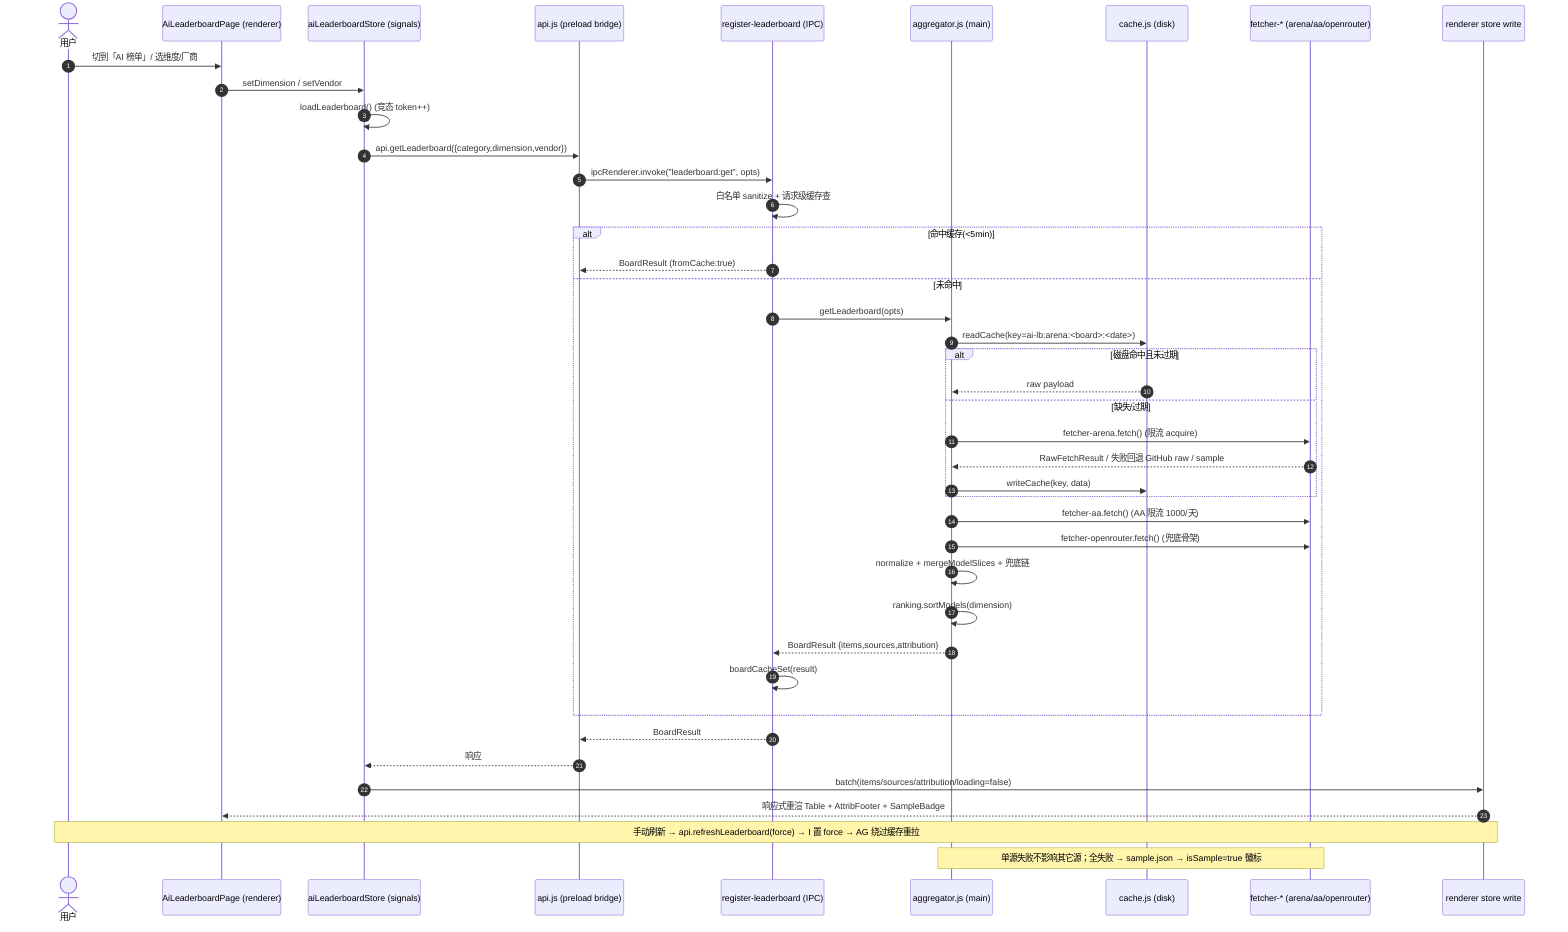
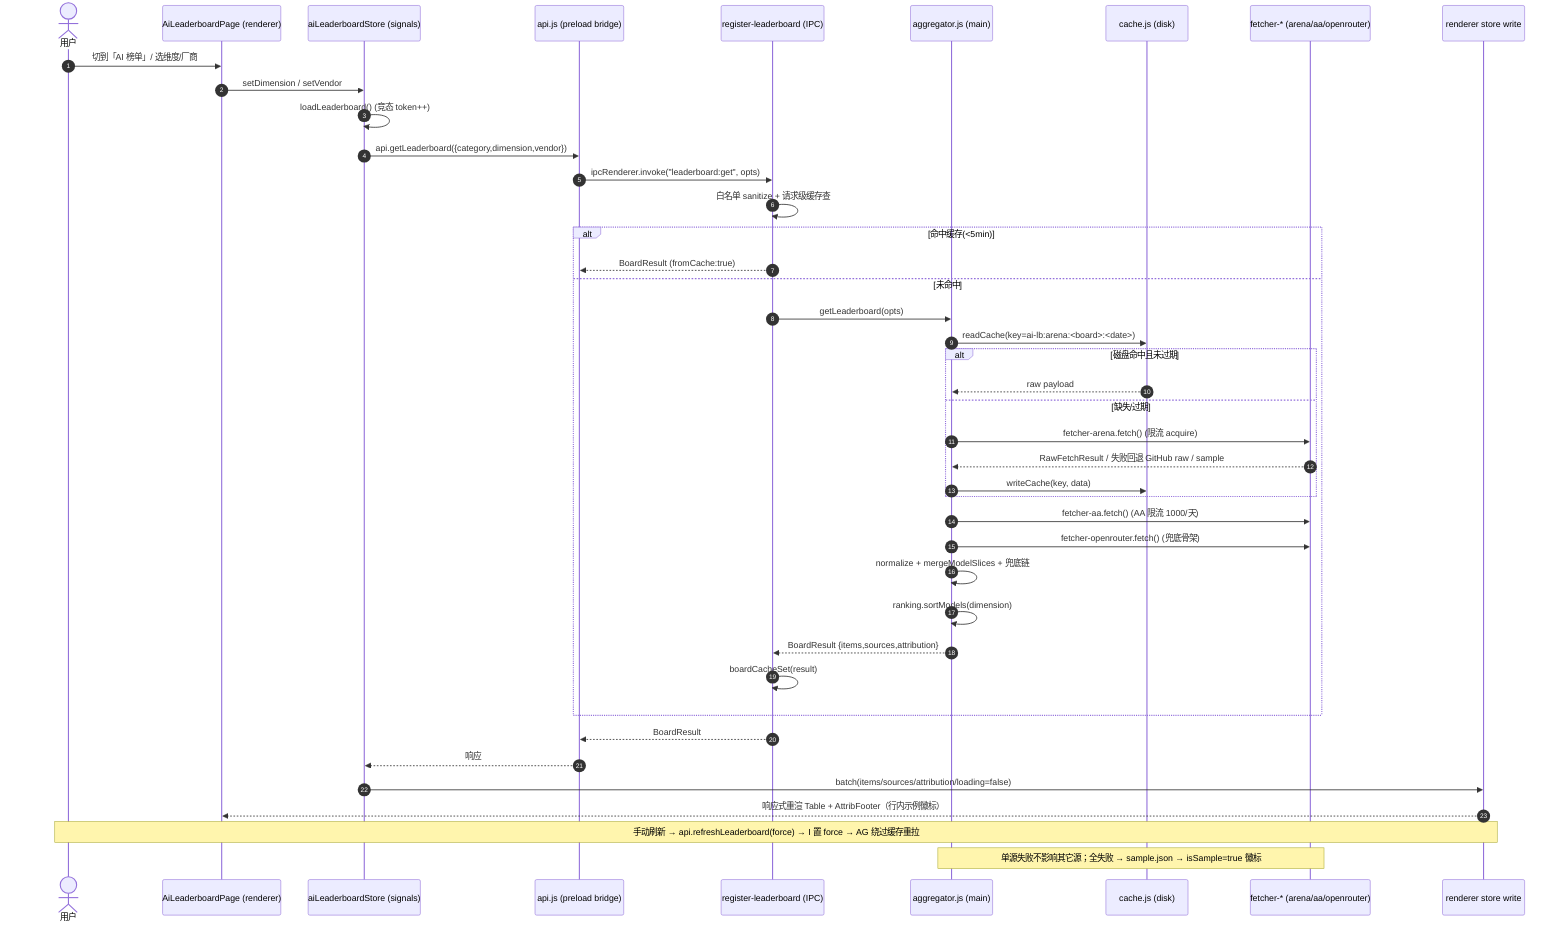
sequenceDiagram
    autonumber
    actor U as 用户
    participant P as AiLeaderboardPage (renderer)
    participant S as aiLeaderboardStore (signals)
    participant A as api.js (preload bridge)
    participant I as register-leaderboard (IPC)
    participant AG as aggregator.js (main)
    participant C as cache.js (disk)
    participant F as fetcher-* (arena/aa/openrouter)
    participant R as renderer store write

    U->>P: 切到「AI 榜单」/ 选维度/厂商
    P->>S: setDimension / setVendor
    S->>S: loadLeaderboard() (竞态 token++)
    S->>A: api.getLeaderboard({category,dimension,vendor})
    A->>I: ipcRenderer.invoke("leaderboard:get", opts)
    I->>I: 白名单 sanitize + 请求级缓存查
    alt 命中缓存(<5min)
        I-->>A: BoardResult (fromCache:true)
    else 未命中
        I->>AG: getLeaderboard(opts)
        AG->>C: readCache(key=ai-lb:arena:<board>:<date>)
        alt 磁盘命中且未过期
            C-->>AG: raw payload
        else 缺失/过期
            AG->>F: fetcher-arena.fetch() (限流 acquire)
            F-->>AG: RawFetchResult / 失败回退 GitHub raw / sample
            AG->>C: writeCache(key, data)
        end
        AG->>F: fetcher-aa.fetch() (AA 限流 1000/天)
        AG->>F: fetcher-openrouter.fetch() (兜底骨架)
        AG->>AG: normalize + mergeModelSlices + 兜底链
        AG->>AG: ranking.sortModels(dimension)
        AG-->>I: BoardResult {items,sources,attribution}
        I->>I: boardCacheSet(result)
    end
    I-->>A: BoardResult
    A-->>S: 响应
    S->>R: batch(items/sources/attribution/loading=false)
-     R-->>P: 响应式重渲 Table + AttribFooter + SampleBadge
+     R-->>P: 响应式重渲 Table + AttribFooter（行内示例徽标）

    Note over U,R: 手动刷新 → api.refreshLeaderboard(force) → I 置 force → AG 绕过缓存重拉
    Note over AG,F: 单源失败不影响其它源；全失败 → sample.json → isSample=true 徽标
